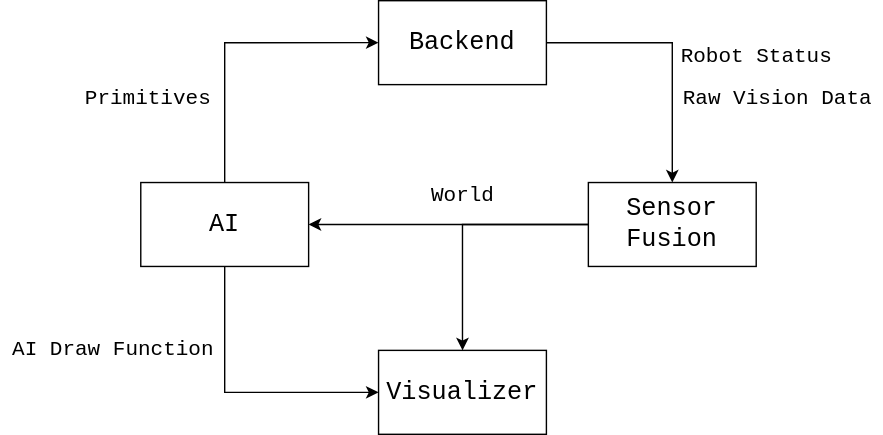
The draw.io diagram docs/images/high_level_architecture_diagram.svg in UBC-Thunderbots/Software, before a commit. Source tidied: cells renumbered, new cells last; positions are measured from the earlier drawing's top-left corner, leaving out a move shared by most shapes.
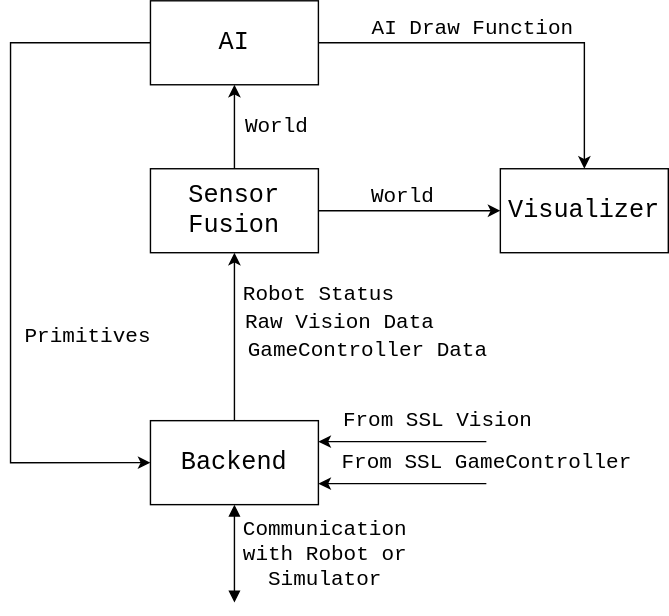
The same file after the commit.

What changed in the source:
```diff
@@ -2,55 +2,93 @@
   <root>
     <mxCell id="0" />
     <mxCell id="1" parent="0" />
-    <mxCell id="2" style="edgeStyle=orthogonalEdgeStyle;rounded=0;jettySize=auto;html=1;entryX=0;entryY=0.5;entryDx=0;entryDy=0;" parent="1" edge="1" source="4" target="7">
+    <mxCell id="2" style="edgeStyle=orthogonalEdgeStyle;rounded=0;jettySize=auto;html=1;exitX=1;exitY=0.5;exitDx=0;exitDy=0;" parent="1" edge="1" source="4" target="7">
       <mxGeometry relative="1" as="geometry">
         <Array as="points">
-          <mxPoint x="160" y="280" />
+          <mxPoint x="610" y="170" />
         </Array>
       </mxGeometry>
     </mxCell>
-    <mxCell id="3" style="edgeStyle=orthogonalEdgeStyle;rounded=0;jettySize=auto;html=1;entryX=0;entryY=0.5;entryDx=0;entryDy=0;" parent="1" edge="1" source="4" target="6">
+    <mxCell id="3" style="edgeStyle=orthogonalEdgeStyle;rounded=0;jettySize=auto;html=1;entryX=0;entryY=0.5;entryDx=0;entryDy=0;exitX=0;exitY=0.5;exitDx=0;exitDy=0;" parent="1" edge="1" source="4" target="6">
       <mxGeometry relative="1" as="geometry">
         <Array as="points">
-          <mxPoint x="160" y="30" />
+          <mxPoint x="200" y="170" />
+          <mxPoint x="200" y="470" />
         </Array>
       </mxGeometry>
     </mxCell>
     <mxCell id="4" value="AI" style="whiteSpace=wrap;html=1;fontFamily=Courier New;fontSize=18;" parent="1" vertex="1">
-      <mxGeometry x="100" y="130" width="120" height="60" as="geometry" />
+      <mxGeometry x="300" y="140" width="120" height="60" as="geometry" />
     </mxCell>
-    <mxCell id="5" style="edgeStyle=orthogonalEdgeStyle;rounded=0;jettySize=auto;html=1;entryX=0.5;entryY=0;entryDx=0;entryDy=0;" parent="1" edge="1" source="6" target="14">
+    <mxCell id="5" style="edgeStyle=orthogonalEdgeStyle;rounded=0;jettySize=auto;html=1;entryX=0.5;entryY=1;entryDx=0;entryDy=0;" parent="1" edge="1" source="6" target="14">
       <mxGeometry relative="1" as="geometry" />
     </mxCell>
+    <mxCell id="16" style="edgeStyle=orthogonalEdgeStyle;rounded=0;jettySize=auto;html=1;exitX=0.5;exitY=1;exitDx=0;exitDy=0;startArrow=block;startFill=1;endArrow=block;endFill=1;" parent="1" edge="1" source="6">
+      <mxGeometry relative="1" as="geometry">
+        <mxPoint x="360" y="570" as="targetPoint" />
+      </mxGeometry>
+    </mxCell>
     <mxCell id="6" value="Backend" style="whiteSpace=wrap;html=1;fontFamily=Courier New;fontSize=18;" parent="1" vertex="1">
-      <mxGeometry x="270" width="120" height="60" as="geometry" />
+      <mxGeometry x="300" y="440" width="120" height="60" as="geometry" />
     </mxCell>
     <mxCell id="7" value="Visualizer" style="whiteSpace=wrap;html=1;fontFamily=Courier New;fontSize=18;" parent="1" vertex="1">
-      <mxGeometry x="270" y="250" width="120" height="60" as="geometry" />
+      <mxGeometry x="550" y="260" width="120" height="60" as="geometry" />
     </mxCell>
     <mxCell id="8" value="&lt;div&gt;Raw Vision Data&lt;/div&gt;" style="text;html=1;align=center;verticalAlign=middle;fillColor=none;strokeColor=none;rounded=0;fontFamily=Courier New;fontSize=15;" parent="1" vertex="1">
-      <mxGeometry x="480" y="60" width="150" height="20" as="geometry" />
+      <mxGeometry x="360" y="360" width="150" height="20" as="geometry" />
     </mxCell>
     <mxCell id="9" value="&lt;div&gt;Primitives&lt;/div&gt;" style="text;html=1;align=center;verticalAlign=middle;fillColor=none;strokeColor=none;rounded=0;fontFamily=Courier New;fontSize=15;" parent="1" vertex="1">
-      <mxGeometry x="50" y="60" width="110" height="20" as="geometry" />
+      <mxGeometry x="200" y="370" width="110" height="20" as="geometry" />
     </mxCell>
     <mxCell id="10" value="AI Draw Function" style="text;html=1;align=center;verticalAlign=middle;fillColor=none;strokeColor=none;rounded=0;fontFamily=Courier New;fontSize=15;" parent="1" vertex="1">
-      <mxGeometry y="240" width="160" height="20" as="geometry" />
+      <mxGeometry x="450" y="150" width="160" height="20" as="geometry" />
     </mxCell>
     <mxCell id="11" value="Robot Status" style="text;html=1;align=center;verticalAlign=middle;fillColor=none;strokeColor=none;rounded=0;fontFamily=Courier New;fontSize=15;" parent="1" vertex="1">
-      <mxGeometry x="480" y="30" width="120" height="20" as="geometry" />
+      <mxGeometry x="360" y="340" width="120" height="20" as="geometry" />
     </mxCell>
-    <mxCell id="12" style="edgeStyle=orthogonalEdgeStyle;rounded=0;jettySize=auto;html=1;entryX=1;entryY=0.5;entryDx=0;entryDy=0;" parent="1" edge="1" source="14" target="4">
+    <mxCell id="12" style="edgeStyle=orthogonalEdgeStyle;rounded=0;jettySize=auto;html=1;entryX=0.5;entryY=1;entryDx=0;entryDy=0;" parent="1" edge="1" source="14" target="4">
       <mxGeometry relative="1" as="geometry" />
     </mxCell>
     <mxCell id="13" style="edgeStyle=orthogonalEdgeStyle;rounded=0;jettySize=auto;html=1;" parent="1" edge="1" source="14" target="7">
       <mxGeometry relative="1" as="geometry" />
     </mxCell>
     <mxCell id="14" value="&lt;div&gt;Sensor Fusion&lt;/div&gt;" style="whiteSpace=wrap;html=1;fontFamily=Courier New;fontSize=18;" parent="1" vertex="1">
-      <mxGeometry x="420" y="130" width="120" height="60" as="geometry" />
+      <mxGeometry x="300" y="260" width="120" height="60" as="geometry" />
     </mxCell>
     <mxCell id="15" value="World" style="text;html=1;align=center;verticalAlign=middle;fillColor=none;strokeColor=none;rounded=0;fontFamily=Courier New;fontSize=15;" parent="1" vertex="1">
-      <mxGeometry x="300" y="130" width="60" height="20" as="geometry" />
+      <mxGeometry x="360" y="220" width="60" height="20" as="geometry" />
     </mxCell>
+    <mxCell id="17" value="&lt;div&gt;GameController Data&lt;/div&gt;" style="text;html=1;align=center;verticalAlign=middle;fillColor=none;strokeColor=none;rounded=0;fontFamily=Courier New;fontSize=15;" parent="1" vertex="1">
+      <mxGeometry x="360" y="380" width="190" height="20" as="geometry" />
+    </mxCell>
+    <mxCell id="18" style="edgeStyle=orthogonalEdgeStyle;rounded=0;jettySize=auto;html=1;exitX=1;exitY=0.25;exitDx=0;exitDy=0;endArrow=none;endFill=0;startArrow=classic;startFill=1;" parent="1" edge="1" source="6">
+      <mxGeometry relative="1" as="geometry">
+        <mxPoint x="540" y="455" as="targetPoint" />
+        <Array as="points">
+          <mxPoint x="440" y="455" />
+          <mxPoint x="440" y="455" />
+        </Array>
+      </mxGeometry>
+    </mxCell>
+    <mxCell id="19" style="edgeStyle=orthogonalEdgeStyle;rounded=0;jettySize=auto;html=1;exitX=1;exitY=0.75;exitDx=0;exitDy=0;endArrow=none;endFill=0;startArrow=classic;startFill=1;" parent="1" edge="1" source="6">
+      <mxGeometry relative="1" as="geometry">
+        <mxPoint x="540" y="485" as="targetPoint" />
+        <Array as="points">
+          <mxPoint x="530" y="485" />
+        </Array>
+      </mxGeometry>
+    </mxCell>
+    <mxCell id="20" value="World" style="text;html=1;align=center;verticalAlign=middle;fillColor=none;strokeColor=none;rounded=0;fontFamily=Courier New;fontSize=15;" parent="1" vertex="1">
+      <mxGeometry x="450" y="270" width="60" height="20" as="geometry" />
+    </mxCell>
+    <mxCell id="21" value="Communication with Robot or Simulator" style="text;align=center;verticalAlign=middle;fillColor=none;strokeColor=none;rounded=0;fontFamily=Courier New;fontSize=15;html=1;overflow=fill;html=1;whiteSpace=wrap;" parent="1" vertex="1">
+      <mxGeometry x="360" y="510" width="130" height="50" as="geometry" />
+    </mxCell>
+    <mxCell id="22" value="From SSL GameController" style="text;html=1;align=center;verticalAlign=middle;fillColor=none;strokeColor=none;rounded=0;fontFamily=Courier New;fontSize=15;" parent="1" vertex="1">
+      <mxGeometry x="430" y="460" width="220" height="20" as="geometry" />
+    </mxCell>
+    <mxCell id="23" value="From SSL Vision" style="text;html=1;align=center;verticalAlign=middle;fillColor=none;strokeColor=none;rounded=0;fontFamily=Courier New;fontSize=15;" parent="1" vertex="1">
+      <mxGeometry x="430" y="430" width="150" height="20" as="geometry" />
+    </mxCell>
   </root>
 </mxGraphModel>
```
